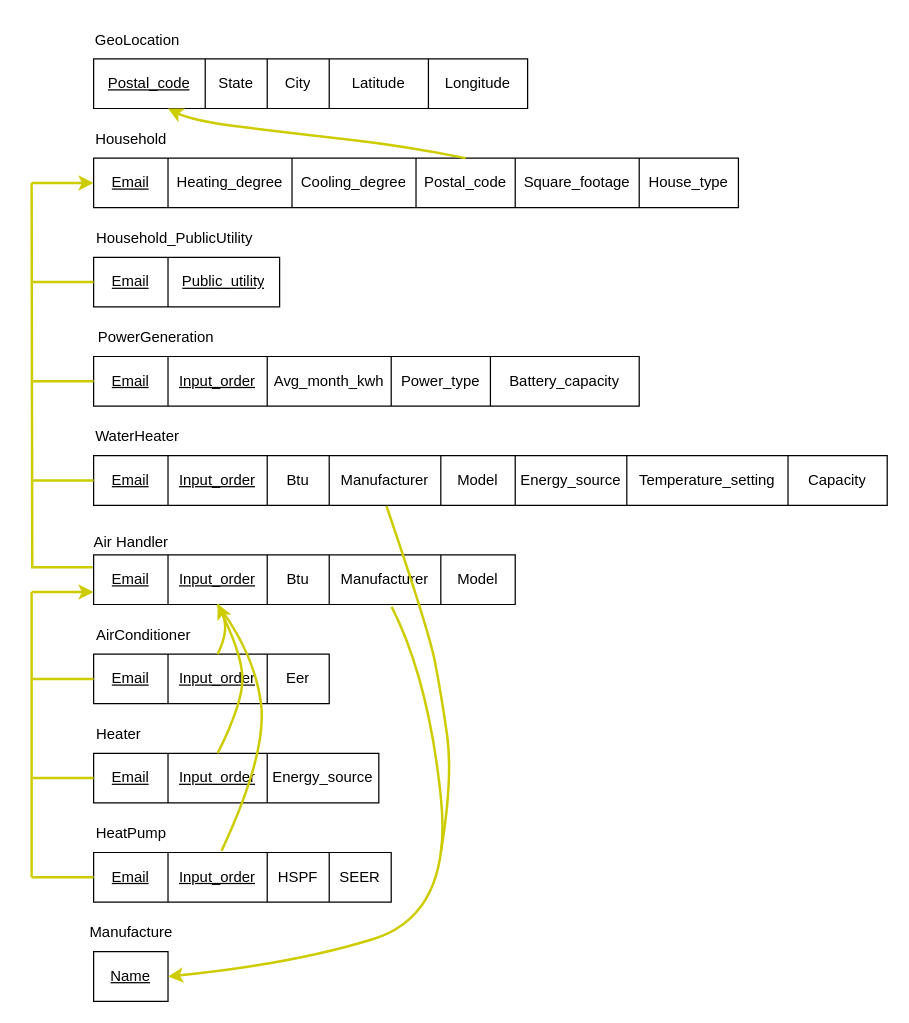
Before: eer2relation.drawio in isteven-shu/image-library, a draw.io diagram. Source tidied: cells renumbered, new cells numbered last; positions are measured from the earlier drawing's top-left corner, leaving out a move shared by most shapes. Both pictures are drawn from the tidied source at 124%, with x=0, y=0 at pixel (31, 21).
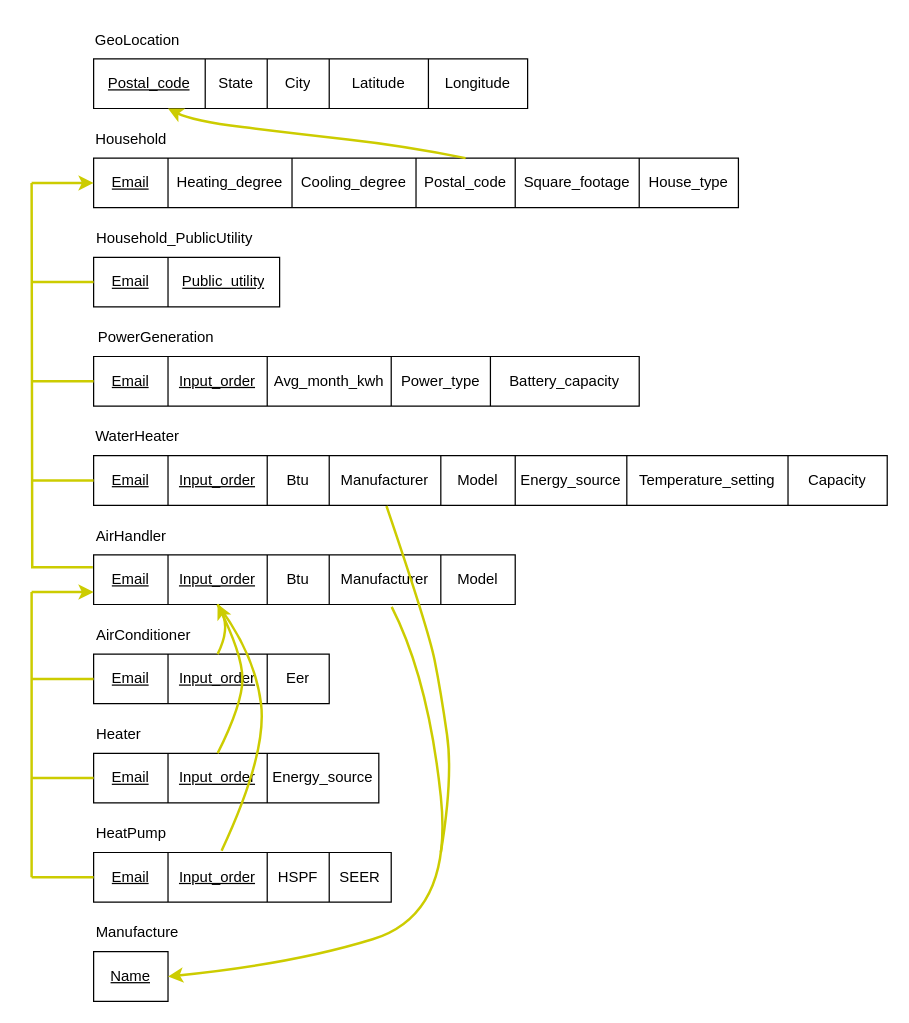
After the change.

Change to the diagram source:
```diff
@@
-    <mxCell id="51" value="Air Handler" style="text;html=1;align=center;verticalAlign=middle;strokeColor=none;fillColor=none;" parent="1" vertex="1">
-      <mxGeometry x="40" y="405" width="80" height="30" as="geometry" />
+    <mxCell id="51" value="AirHandler" style="text;html=1;align=center;verticalAlign=middle;strokeColor=none;fillColor=none;" parent="1" vertex="1">
+      <mxGeometry x="40" y="400" width="80" height="30" as="geometry" />
     </mxCell>
@@
     <mxCell id="86" value="Manufacture" style="text;html=1;align=center;verticalAlign=middle;strokeColor=none;fillColor=none;" parent="1" vertex="1">
-      <mxGeometry x="35" y="720" width="90" height="30" as="geometry" />
+      <mxGeometry x="40" y="720" width="90" height="30" as="geometry" />
     </mxCell>
```
